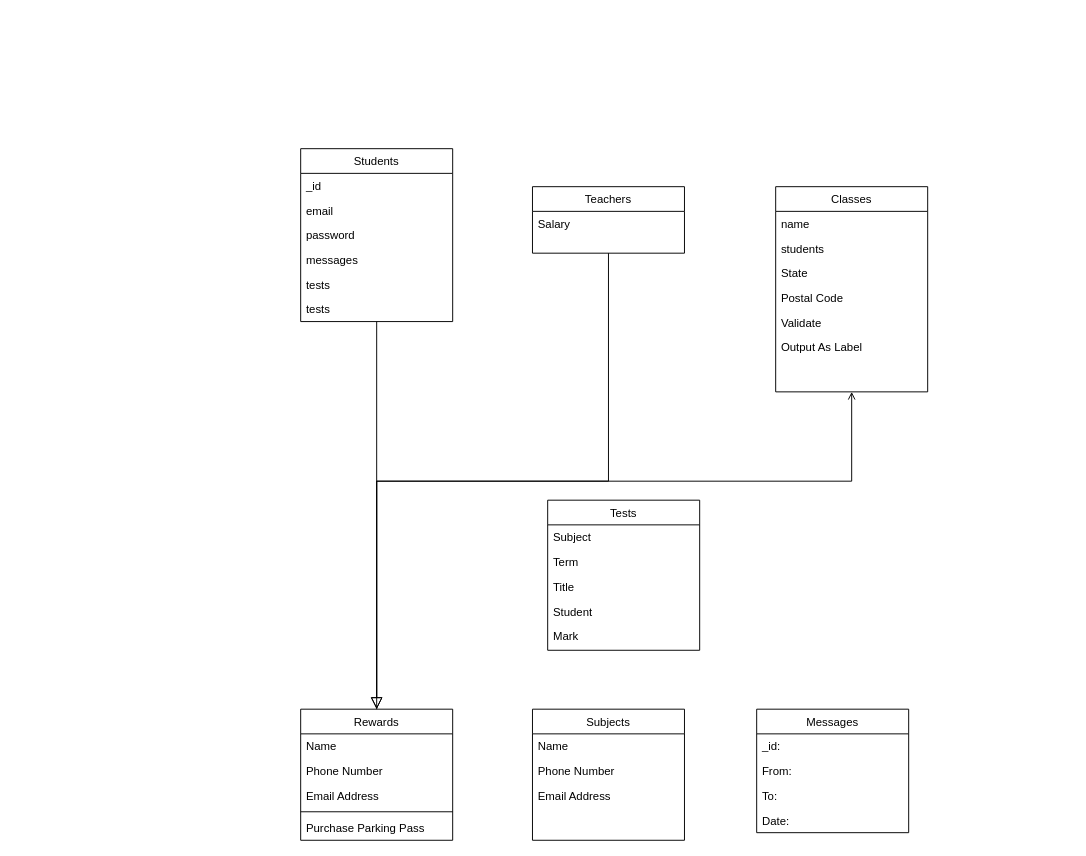
Before: Untitled Diagram.drawio in adrian-diez/Funification, a draw.io diagram. Source tidied: cells renumbered, new cells numbered last; positions are measured from the earlier drawing's top-left corner, leaving out a move shared by most shapes. Both pictures are drawn from the tidied source at 95%, with x=0, y=0 at pixel (300, 148).
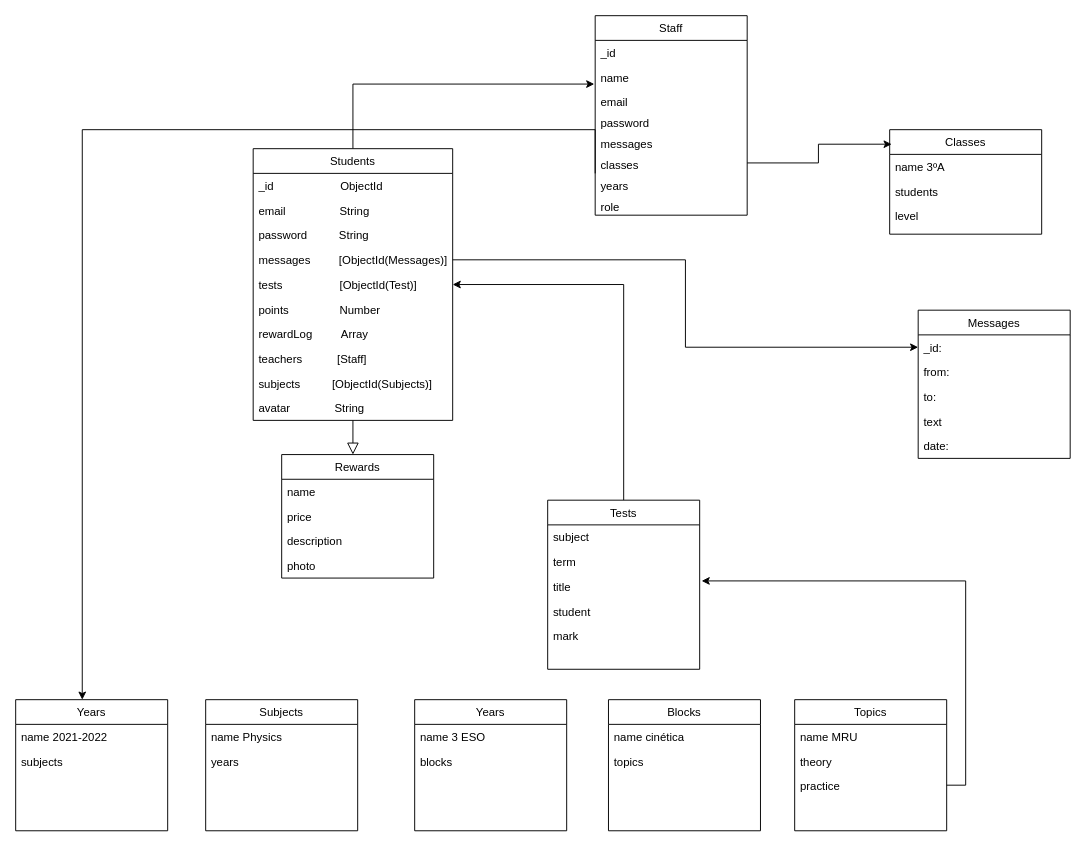
The same page after the edit.

Unchanged cells that the change refers to:
```xml
<mxCell id="32" value="_id:" style="text;align=left;verticalAlign=top;spacingLeft=4;spacingRight=4;overflow=hidden;points=[[0,0.5],[1,0.5]];portConstraint=eastwest;rounded=0;shadow=0;html=0;" parent="31" vertex="1">
  <mxGeometry y="26" width="160" height="26" as="geometry" />
</mxCell>
```

Change to the diagram source:
```diff
@@
     <mxCell id="2" value="Rewards" style="swimlane;fontStyle=0;align=center;verticalAlign=top;horizontal=1;startSize=26;rounded=0;shadow=0;strokeWidth=1;" parent="1" vertex="1">
-      <mxGeometry y="590" width="160" height="138" as="geometry" />
+      <mxGeometry x="-20" y="322" width="160" height="130" as="geometry" />
     </mxCell>
+    <mxCell id="42" value="name" style="text;align=left;verticalAlign=top;spacingLeft=4;spacingRight=4;overflow=hidden;" parent="2" vertex="1">
+      <mxGeometry y="26" width="160" height="26" as="geometry" />
+    </mxCell>
-    <mxCell id="3" value="Name" style="text;align=left;verticalAlign=top;spacingLeft=4;spacingRight=4;overflow=hidden;" parent="2" vertex="1">
-      <mxGeometry y="26" width="160" height="26" as="geometry" />
+    <mxCell id="3" value="price" style="text;align=left;verticalAlign=top;spacingLeft=4;spacingRight=4;overflow=hidden;" parent="2" vertex="1">
+      <mxGeometry y="52" width="160" height="26" as="geometry" />
     </mxCell>
-    <mxCell id="4" value="Phone Number" style="text;align=left;verticalAlign=top;spacingLeft=4;spacingRight=4;overflow=hidden;rounded=0;shadow=0;html=0;" parent="2" vertex="1">
-      <mxGeometry y="52" width="160" height="26" as="geometry" />
-    </mxCell>
-    <mxCell id="5" value="Email Address" style="text;align=left;verticalAlign=top;spacingLeft=4;spacingRight=4;overflow=hidden;rounded=0;shadow=0;html=0;" parent="2" vertex="1">
-      <mxGeometry y="78" width="160" height="26" as="geometry" />
-    </mxCell>
-    <mxCell id="6" style="line;html=1;strokeWidth=1;align=left;verticalAlign=middle;spacingTop=-1;spacingLeft=3;spacingRight=3;labelPosition=right;" parent="2" vertex="1">
-      <mxGeometry y="104" width="160" height="8" as="geometry" />
-    </mxCell>
-    <mxCell id="7" value="Purchase Parking Pass" style="text;align=left;verticalAlign=top;spacingLeft=4;spacingRight=4;overflow=hidden;" parent="2" vertex="1">
-      <mxGeometry y="112" width="160" height="26" as="geometry" />
-    </mxCell>
+    <mxCell id="43" value="description" style="text;align=left;verticalAlign=top;spacingLeft=4;spacingRight=4;overflow=hidden;" parent="2" vertex="1">
+      <mxGeometry y="78" width="160" height="26" as="geometry" />
+    </mxCell>
+    <mxCell id="44" value="photo" style="text;align=left;verticalAlign=top;spacingLeft=4;spacingRight=4;overflow=hidden;" parent="2" vertex="1">
+      <mxGeometry y="104" width="160" height="26" as="geometry" />
+    </mxCell>
+    <mxCell id="45" style="edgeStyle=orthogonalEdgeStyle;rounded=0;jettySize=auto;html=1;entryX=-0.006;entryY=0.769;entryDx=0;entryDy=0;entryPerimeter=0;" parent="1" edge="1" source="8" target="52">
+      <mxGeometry relative="1" as="geometry" />
+    </mxCell>
     <mxCell id="8" value="Students" style="swimlane;fontStyle=0;align=center;verticalAlign=top;horizontal=1;startSize=26;rounded=0;shadow=0;strokeWidth=1;" parent="1" vertex="1">
-      <mxGeometry width="160" height="182" as="geometry" />
+      <mxGeometry x="-50" width="210" height="286" as="geometry" />
     </mxCell>
-    <mxCell id="9" value="_id" style="text;align=left;verticalAlign=top;spacingLeft=4;spacingRight=4;overflow=hidden;" parent="8" vertex="1">
-      <mxGeometry y="26" width="160" height="26" as="geometry" />
+    <mxCell id="9" value="_id                     ObjectId" style="text;align=left;verticalAlign=top;spacingLeft=4;spacingRight=4;overflow=hidden;" parent="8" vertex="1">
+      <mxGeometry y="26" width="210" height="26" as="geometry" />
     </mxCell>
-    <mxCell id="10" value="email" style="text;align=left;verticalAlign=top;spacingLeft=4;spacingRight=4;overflow=hidden;rounded=0;shadow=0;html=0;" parent="8" vertex="1">
-      <mxGeometry y="52" width="160" height="26" as="geometry" />
+    <mxCell id="10" value="email                 String" style="text;align=left;verticalAlign=top;spacingLeft=4;spacingRight=4;overflow=hidden;rounded=0;shadow=0;html=0;" parent="8" vertex="1">
+      <mxGeometry y="52" width="210" height="26" as="geometry" />
     </mxCell>
-    <mxCell id="11" value="password" style="text;align=left;verticalAlign=top;spacingLeft=4;spacingRight=4;overflow=hidden;rounded=0;shadow=0;html=0;" parent="8" vertex="1">
-      <mxGeometry y="78" width="160" height="26" as="geometry" />
+    <mxCell id="11" value="password          String" style="text;align=left;verticalAlign=top;spacingLeft=4;spacingRight=4;overflow=hidden;rounded=0;shadow=0;html=0;" parent="8" vertex="1">
+      <mxGeometry y="78" width="210" height="26" as="geometry" />
     </mxCell>
-    <mxCell id="12" value="messages" style="text;align=left;verticalAlign=top;spacingLeft=4;spacingRight=4;overflow=hidden;points=[[0,0.5],[1,0.5]];portConstraint=eastwest;rounded=0;shadow=0;html=0;" parent="8" vertex="1">
-      <mxGeometry y="104" width="160" height="26" as="geometry" />
+    <mxCell id="12" value="messages         [ObjectId(Messages)]" style="text;align=left;verticalAlign=top;spacingLeft=4;spacingRight=4;overflow=hidden;points=[[0,0.5],[1,0.5]];portConstraint=eastwest;rounded=0;shadow=0;html=0;" parent="8" vertex="1">
+      <mxGeometry y="104" width="210" height="26" as="geometry" />
     </mxCell>
+    <mxCell id="46" value="tests                  [ObjectId(Test)]" style="text;align=left;verticalAlign=top;spacingLeft=4;spacingRight=4;overflow=hidden;points=[[0,0.5],[1,0.5]];portConstraint=eastwest;rounded=0;shadow=0;html=0;" parent="8" vertex="1">
+      <mxGeometry y="130" width="210" height="26" as="geometry" />
+    </mxCell>
+    <mxCell id="47" value="points                Number" style="text;align=left;verticalAlign=top;spacingLeft=4;spacingRight=4;overflow=hidden;rounded=0;shadow=0;html=0;" parent="8" vertex="1">
+      <mxGeometry y="156" width="210" height="26" as="geometry" />
+    </mxCell>
-    <mxCell id="13" value="tests" style="text;align=left;verticalAlign=top;spacingLeft=4;spacingRight=4;overflow=hidden;rounded=0;shadow=0;html=0;" parent="8" vertex="1">
-      <mxGeometry y="130" width="160" height="26" as="geometry" />
+    <mxCell id="13" value="rewardLog         Array" style="text;align=left;verticalAlign=top;spacingLeft=4;spacingRight=4;overflow=hidden;rounded=0;shadow=0;html=0;" parent="8" vertex="1">
+      <mxGeometry y="182" width="210" height="26" as="geometry" />
     </mxCell>
-    <mxCell id="14" value="tests" style="text;align=left;verticalAlign=top;spacingLeft=4;spacingRight=4;overflow=hidden;rounded=0;shadow=0;html=0;" parent="8" vertex="1">
-      <mxGeometry y="156" width="160" height="26" as="geometry" />
-    </mxCell>
+    <mxCell id="48" value="teachers           [Staff]" style="text;align=left;verticalAlign=top;spacingLeft=4;spacingRight=4;overflow=hidden;rounded=0;shadow=0;html=0;" parent="8" vertex="1">
+      <mxGeometry y="208" width="210" height="26" as="geometry" />
+    </mxCell>
+    <mxCell id="49" value="subjects          [ObjectId(Subjects)]" style="text;align=left;verticalAlign=top;spacingLeft=4;spacingRight=4;overflow=hidden;rounded=0;shadow=0;html=0;" parent="8" vertex="1">
+      <mxGeometry y="234" width="210" height="26" as="geometry" />
+    </mxCell>
+    <mxCell id="50" value="avatar              String" style="text;align=left;verticalAlign=top;spacingLeft=4;spacingRight=4;overflow=hidden;rounded=0;shadow=0;html=0;" parent="8" vertex="1">
+      <mxGeometry y="260" width="210" height="26" as="geometry" />
+    </mxCell>
     <mxCell id="15" style="endArrow=block;endSize=10;endFill=0;shadow=0;strokeWidth=1;rounded=0;edgeStyle=elbowEdgeStyle;elbow=vertical;" parent="1" edge="1" source="8" target="2">
-      <mxGeometry relative="1" as="geometry" />
+      <mxGeometry relative="1" as="geometry">
+        <Array as="points">
+          <mxPoint x="50" y="200" />
+        </Array>
+      </mxGeometry>
     </mxCell>
-    <mxCell id="16" value="Teachers" style="swimlane;fontStyle=0;align=center;verticalAlign=top;horizontal=1;startSize=26;rounded=0;shadow=0;strokeWidth=1;" parent="1" vertex="1">
-      <mxGeometry x="244" y="40" width="160" height="70" as="geometry" />
+    <mxCell id="16" value="Staff" style="swimlane;fontStyle=0;align=center;verticalAlign=top;horizontal=1;startSize=26;rounded=0;shadow=0;strokeWidth=1;" parent="1" vertex="1">
+      <mxGeometry x="310" y="-140" width="160" height="210" as="geometry" />
     </mxCell>
-    <mxCell id="17" value="Salary" style="text;align=left;verticalAlign=top;spacingLeft=4;spacingRight=4;overflow=hidden;" parent="16" vertex="1">
-      <mxGeometry y="26" width="160" height="26" as="geometry" />
-    </mxCell>
-    <mxCell id="18" style="endArrow=block;endSize=10;endFill=0;shadow=0;strokeWidth=1;rounded=0;edgeStyle=elbowEdgeStyle;elbow=vertical;" parent="1" edge="1" source="16" target="2">
-      <mxGeometry relative="1" as="geometry" />
-    </mxCell>
+    <mxCell id="51" value="_id" style="text;align=left;verticalAlign=top;spacingLeft=4;spacingRight=4;overflow=hidden;rounded=0;shadow=0;html=0;" parent="16" vertex="1">
+      <mxGeometry y="26" width="160" height="26" as="geometry" />
+    </mxCell>
+    <mxCell id="52" value="name" style="text;align=left;verticalAlign=top;spacingLeft=4;spacingRight=4;overflow=hidden;points=[[0,0.5],[1,0.5]];portConstraint=eastwest;rounded=0;shadow=0;html=0;" parent="16" vertex="1">
+      <mxGeometry y="52" width="160" height="26" as="geometry" />
+    </mxCell>
+    <mxCell id="53" value="email" style="text;align=left;verticalAlign=top;spacingLeft=4;spacingRight=4;overflow=hidden;rounded=0;shadow=0;html=0;" parent="16" vertex="1">
+      <mxGeometry y="78" width="160" height="22" as="geometry" />
+    </mxCell>
+    <mxCell id="54" value="password" style="text;align=left;verticalAlign=top;spacingLeft=4;spacingRight=4;overflow=hidden;rounded=0;shadow=0;html=0;" parent="16" vertex="1">
+      <mxGeometry y="100" width="160" height="22" as="geometry" />
+    </mxCell>
+    <mxCell id="55" value="messages" style="text;align=left;verticalAlign=top;spacingLeft=4;spacingRight=4;overflow=hidden;rounded=0;shadow=0;html=0;" parent="16" vertex="1">
+      <mxGeometry y="122" width="160" height="22" as="geometry" />
+    </mxCell>
+    <mxCell id="56" value="classes" style="text;align=left;verticalAlign=top;spacingLeft=4;spacingRight=4;overflow=hidden;points=[[0,0.5],[1,0.5]];portConstraint=eastwest;rounded=0;shadow=0;html=0;" parent="16" vertex="1">
+      <mxGeometry y="144" width="160" height="22" as="geometry" />
+    </mxCell>
+    <mxCell id="57" value="years" style="text;align=left;verticalAlign=top;spacingLeft=4;spacingRight=4;overflow=hidden;points=[[0,0.5],[1,0.5]];portConstraint=eastwest;rounded=0;shadow=0;html=0;" parent="16" vertex="1">
+      <mxGeometry y="166" width="160" height="22" as="geometry" />
+    </mxCell>
+    <mxCell id="58" value="role" style="text;align=left;verticalAlign=top;spacingLeft=4;spacingRight=4;overflow=hidden;rounded=0;shadow=0;html=0;" parent="16" vertex="1">
+      <mxGeometry y="188" width="160" height="22" as="geometry" />
+    </mxCell>
     <mxCell id="19" value="Classes" style="swimlane;fontStyle=0;align=center;verticalAlign=top;horizontal=1;startSize=26;rounded=0;shadow=0;strokeWidth=1;" parent="1" vertex="1">
-      <mxGeometry x="500" y="40" width="160" height="216" as="geometry" />
+      <mxGeometry x="620" y="-20" width="160" height="110" as="geometry" />
     </mxCell>
-    <mxCell id="20" value="name" style="text;align=left;verticalAlign=top;spacingLeft=4;spacingRight=4;overflow=hidden;" parent="19" vertex="1">
+    <mxCell id="20" value="name 3ºA" style="text;align=left;verticalAlign=top;spacingLeft=4;spacingRight=4;overflow=hidden;" parent="19" vertex="1">
       <mxGeometry y="26" width="160" height="26" as="geometry" />
     </mxCell>
@@
-    <mxCell id="22" value="State" style="text;align=left;verticalAlign=top;spacingLeft=4;spacingRight=4;overflow=hidden;rounded=0;shadow=0;html=0;" parent="19" vertex="1">
-      <mxGeometry y="78" width="160" height="26" as="geometry" />
-    </mxCell>
-    <mxCell id="23" value="Postal Code" style="text;align=left;verticalAlign=top;spacingLeft=4;spacingRight=4;overflow=hidden;rounded=0;shadow=0;html=0;" parent="19" vertex="1">
-      <mxGeometry y="104" width="160" height="26" as="geometry" />
-    </mxCell>
-    <mxCell id="24" value="Validate" style="text;align=left;verticalAlign=top;spacingLeft=4;spacingRight=4;overflow=hidden;" parent="19" vertex="1">
-      <mxGeometry y="130" width="160" height="26" as="geometry" />
-    </mxCell>
-    <mxCell id="25" value="Output As Label" style="text;align=left;verticalAlign=top;spacingLeft=4;spacingRight=4;overflow=hidden;" parent="19" vertex="1">
-      <mxGeometry y="156" width="160" height="26" as="geometry" />
-    </mxCell>
-    <mxCell id="26" style="endArrow=open;shadow=0;strokeWidth=1;rounded=0;endFill=1;edgeStyle=elbowEdgeStyle;elbow=vertical;" parent="1" edge="1" source="2" target="19">
-      <mxGeometry x="0.5" y="41" relative="1" as="geometry">
-        <Array as="points">
-          <mxPoint x="420" y="350" />
-        </Array>
-        <mxPoint x="-40" y="32" as="offset" />
-      </mxGeometry>
-    </mxCell>
+    <mxCell id="59" value="level" style="text;align=left;verticalAlign=top;spacingLeft=4;spacingRight=4;overflow=hidden;rounded=0;shadow=0;html=0;" parent="19" vertex="1">
+      <mxGeometry y="78" width="160" height="26" as="geometry" />
+    </mxCell>
     <mxCell id="27" value="Subjects" style="swimlane;fontStyle=0;align=center;verticalAlign=top;horizontal=1;startSize=26;rounded=0;shadow=0;strokeWidth=1;" parent="1" vertex="1">
-      <mxGeometry x="244" y="590" width="160" height="138" as="geometry" />
+      <mxGeometry x="-100" y="580" width="160" height="138" as="geometry" />
     </mxCell>
-    <mxCell id="28" value="Name" style="text;align=left;verticalAlign=top;spacingLeft=4;spacingRight=4;overflow=hidden;" parent="27" vertex="1">
+    <mxCell id="28" value="name Physics" style="text;align=left;verticalAlign=top;spacingLeft=4;spacingRight=4;overflow=hidden;" parent="27" vertex="1">
       <mxGeometry y="26" width="160" height="26" as="geometry" />
     </mxCell>
-    <mxCell id="29" value="Phone Number" style="text;align=left;verticalAlign=top;spacingLeft=4;spacingRight=4;overflow=hidden;rounded=0;shadow=0;html=0;" parent="27" vertex="1">
-      <mxGeometry y="52" width="160" height="26" as="geometry" />
-    </mxCell>
-    <mxCell id="30" value="Email Address" style="text;align=left;verticalAlign=top;spacingLeft=4;spacingRight=4;overflow=hidden;rounded=0;shadow=0;html=0;" parent="27" vertex="1">
-      <mxGeometry y="78" width="160" height="26" as="geometry" />
-    </mxCell>
+    <mxCell id="60" value="years" style="text;align=left;verticalAlign=top;spacingLeft=4;spacingRight=4;overflow=hidden;" parent="27" vertex="1">
+      <mxGeometry y="52" width="160" height="26" as="geometry" />
+    </mxCell>
     <mxCell id="31" value="Messages" style="swimlane;fontStyle=0;align=center;verticalAlign=top;horizontal=1;startSize=26;rounded=0;shadow=0;strokeWidth=1;" parent="1" vertex="1">
-      <mxGeometry x="480" y="590" width="160" height="130" as="geometry" />
+      <mxGeometry x="650" y="170" width="160" height="156" as="geometry" />
     </mxCell>
@@
-    <mxCell id="33" value="From:" style="text;align=left;verticalAlign=top;spacingLeft=4;spacingRight=4;overflow=hidden;" parent="31" vertex="1">
+    <mxCell id="33" value="from:" style="text;align=left;verticalAlign=top;spacingLeft=4;spacingRight=4;overflow=hidden;" parent="31" vertex="1">
       <mxGeometry y="52" width="160" height="26" as="geometry" />
     </mxCell>
-    <mxCell id="34" value="To:" style="text;align=left;verticalAlign=top;spacingLeft=4;spacingRight=4;overflow=hidden;rounded=0;shadow=0;html=0;" parent="31" vertex="1">
+    <mxCell id="34" value="to:" style="text;align=left;verticalAlign=top;spacingLeft=4;spacingRight=4;overflow=hidden;rounded=0;shadow=0;html=0;" parent="31" vertex="1">
       <mxGeometry y="78" width="160" height="26" as="geometry" />
     </mxCell>
+    <mxCell id="61" value="text" style="text;align=left;verticalAlign=top;spacingLeft=4;spacingRight=4;overflow=hidden;rounded=0;shadow=0;html=0;" parent="31" vertex="1">
+      <mxGeometry y="104" width="160" height="26" as="geometry" />
+    </mxCell>
-    <mxCell id="35" value="Date:" style="text;align=left;verticalAlign=top;spacingLeft=4;spacingRight=4;overflow=hidden;rounded=0;shadow=0;html=0;" parent="31" vertex="1">
-      <mxGeometry y="104" width="160" height="26" as="geometry" />
+    <mxCell id="35" value="date:" style="text;align=left;verticalAlign=top;spacingLeft=4;spacingRight=4;overflow=hidden;rounded=0;shadow=0;html=0;" parent="31" vertex="1">
+      <mxGeometry y="130" width="160" height="26" as="geometry" />
     </mxCell>
+    <mxCell id="62" style="edgeStyle=orthogonalEdgeStyle;rounded=0;jettySize=auto;html=1;entryX=1;entryY=0.5;entryDx=0;entryDy=0;" parent="1" edge="1" source="36" target="46">
+      <mxGeometry relative="1" as="geometry">
+        <Array as="points">
+          <mxPoint x="340" y="143" />
+        </Array>
+      </mxGeometry>
+    </mxCell>
     <mxCell id="36" value="Tests" style="swimlane;fontStyle=0;align=center;verticalAlign=top;horizontal=1;startSize=26;rounded=0;shadow=0;strokeWidth=1;" parent="1" vertex="1">
-      <mxGeometry x="260" y="370" width="160" height="158" as="geometry" />
+      <mxGeometry x="260" y="370" width="160" height="178" as="geometry" />
     </mxCell>
-    <mxCell id="37" value="Subject" style="text;align=left;verticalAlign=top;spacingLeft=4;spacingRight=4;overflow=hidden;rounded=0;shadow=0;html=0;" parent="36" vertex="1">
+    <mxCell id="37" value="subject" style="text;align=left;verticalAlign=top;spacingLeft=4;spacingRight=4;overflow=hidden;rounded=0;shadow=0;html=0;" parent="36" vertex="1">
       <mxGeometry y="26" width="160" height="26" as="geometry" />
     </mxCell>
-    <mxCell id="38" value="Term" style="text;align=left;verticalAlign=top;spacingLeft=4;spacingRight=4;overflow=hidden;rounded=0;shadow=0;html=0;" parent="36" vertex="1">
+    <mxCell id="38" value="term" style="text;align=left;verticalAlign=top;spacingLeft=4;spacingRight=4;overflow=hidden;rounded=0;shadow=0;html=0;" parent="36" vertex="1">
       <mxGeometry y="52" width="160" height="26" as="geometry" />
     </mxCell>
-    <mxCell id="39" value="Title" style="text;align=left;verticalAlign=top;spacingLeft=4;spacingRight=4;overflow=hidden;points=[[0,0.5],[1,0.5]];portConstraint=eastwest;" parent="36" vertex="1">
+    <mxCell id="39" value="title" style="text;align=left;verticalAlign=top;spacingLeft=4;spacingRight=4;overflow=hidden;points=[[0,0.5],[1,0.5]];portConstraint=eastwest;" parent="36" vertex="1">
       <mxGeometry y="78" width="160" height="26" as="geometry" />
     </mxCell>
-    <mxCell id="40" value="Student" style="text;align=left;verticalAlign=top;spacingLeft=4;spacingRight=4;overflow=hidden;rounded=0;shadow=0;html=0;" parent="36" vertex="1">
+    <mxCell id="40" value="student" style="text;align=left;verticalAlign=top;spacingLeft=4;spacingRight=4;overflow=hidden;rounded=0;shadow=0;html=0;" parent="36" vertex="1">
       <mxGeometry y="104" width="160" height="26" as="geometry" />
     </mxCell>
-    <mxCell id="41" value="Mark" style="text;align=left;verticalAlign=top;spacingLeft=4;spacingRight=4;overflow=hidden;rounded=0;shadow=0;html=0;" parent="36" vertex="1">
+    <mxCell id="41" value="mark" style="text;align=left;verticalAlign=top;spacingLeft=4;spacingRight=4;overflow=hidden;rounded=0;shadow=0;html=0;" parent="36" vertex="1">
       <mxGeometry y="130" width="160" height="26" as="geometry" />
     </mxCell>
+    <mxCell id="63" value="Years" style="swimlane;fontStyle=0;align=center;verticalAlign=top;horizontal=1;startSize=26;rounded=0;shadow=0;strokeWidth=1;" parent="1" vertex="1">
+      <mxGeometry x="-300" y="580" width="160" height="138" as="geometry" />
+    </mxCell>
+    <mxCell id="64" value="name 2021-2022" style="text;align=left;verticalAlign=top;spacingLeft=4;spacingRight=4;overflow=hidden;" parent="63" vertex="1">
+      <mxGeometry y="26" width="160" height="26" as="geometry" />
+    </mxCell>
+    <mxCell id="65" value="subjects" style="text;align=left;verticalAlign=top;spacingLeft=4;spacingRight=4;overflow=hidden;" parent="63" vertex="1">
+      <mxGeometry y="52" width="160" height="26" as="geometry" />
+    </mxCell>
+    <mxCell id="66" value="Blocks" style="swimlane;fontStyle=0;align=center;verticalAlign=top;horizontal=1;startSize=26;rounded=0;shadow=0;strokeWidth=1;" parent="1" vertex="1">
+      <mxGeometry x="324" y="580" width="160" height="138" as="geometry" />
+    </mxCell>
+    <mxCell id="67" value="name cinética" style="text;align=left;verticalAlign=top;spacingLeft=4;spacingRight=4;overflow=hidden;" parent="66" vertex="1">
+      <mxGeometry y="26" width="160" height="26" as="geometry" />
+    </mxCell>
+    <mxCell id="68" value="topics" style="text;align=left;verticalAlign=top;spacingLeft=4;spacingRight=4;overflow=hidden;" parent="66" vertex="1">
+      <mxGeometry y="52" width="160" height="26" as="geometry" />
+    </mxCell>
+    <mxCell id="69" style="edgeStyle=orthogonalEdgeStyle;rounded=0;jettySize=auto;html=1;entryX=1.013;entryY=0.269;entryDx=0;entryDy=0;entryPerimeter=0;" parent="1" edge="1" source="70" target="39">
+      <mxGeometry relative="1" as="geometry">
+        <Array as="points">
+          <mxPoint x="700" y="670" />
+          <mxPoint x="700" y="455" />
+        </Array>
+      </mxGeometry>
+    </mxCell>
+    <mxCell id="70" value="Topics" style="swimlane;fontStyle=0;align=center;verticalAlign=top;horizontal=1;startSize=26;rounded=0;shadow=0;strokeWidth=1;" parent="1" vertex="1">
+      <mxGeometry x="520" y="580" width="160" height="138" as="geometry" />
+    </mxCell>
+    <mxCell id="71" value="name MRU" style="text;align=left;verticalAlign=top;spacingLeft=4;spacingRight=4;overflow=hidden;" parent="70" vertex="1">
+      <mxGeometry y="26" width="160" height="26" as="geometry" />
+    </mxCell>
+    <mxCell id="72" value="theory" style="text;align=left;verticalAlign=top;spacingLeft=4;spacingRight=4;overflow=hidden;" parent="70" vertex="1">
+      <mxGeometry y="52" width="160" height="26" as="geometry" />
+    </mxCell>
+    <mxCell id="73" value="practice" style="text;align=left;verticalAlign=top;spacingLeft=4;spacingRight=4;overflow=hidden;" parent="70" vertex="1">
+      <mxGeometry y="78" width="160" height="26" as="geometry" />
+    </mxCell>
+    <mxCell id="74" style="edgeStyle=orthogonalEdgeStyle;rounded=0;jettySize=auto;html=1;entryX=0.013;entryY=0.139;entryDx=0;entryDy=0;entryPerimeter=0;" parent="1" edge="1" source="56" target="19">
+      <mxGeometry relative="1" as="geometry" />
+    </mxCell>
+    <mxCell id="75" value="Years" style="swimlane;fontStyle=0;align=center;verticalAlign=top;horizontal=1;startSize=26;rounded=0;shadow=0;strokeWidth=1;" parent="1" vertex="1">
+      <mxGeometry x="120" y="580" width="160" height="138" as="geometry" />
+    </mxCell>
+    <mxCell id="76" value="name 3 ESO" style="text;align=left;verticalAlign=top;spacingLeft=4;spacingRight=4;overflow=hidden;" parent="75" vertex="1">
+      <mxGeometry y="26" width="160" height="26" as="geometry" />
+    </mxCell>
+    <mxCell id="77" value="blocks" style="text;align=left;verticalAlign=top;spacingLeft=4;spacingRight=4;overflow=hidden;" parent="75" vertex="1">
+      <mxGeometry y="52" width="160" height="26" as="geometry" />
+    </mxCell>
+    <mxCell id="78" style="edgeStyle=orthogonalEdgeStyle;rounded=0;jettySize=auto;html=1;entryX=0.438;entryY=0;entryDx=0;entryDy=0;entryPerimeter=0;" parent="1" edge="1" source="57" target="63">
+      <mxGeometry relative="1" as="geometry">
+        <Array as="points">
+          <mxPoint x="310" y="-20" />
+          <mxPoint x="-230" y="-20" />
+        </Array>
+      </mxGeometry>
+    </mxCell>
+    <mxCell id="79" style="edgeStyle=orthogonalEdgeStyle;rounded=0;jettySize=auto;html=1;entryX=0;entryY=0.5;entryDx=0;entryDy=0;" parent="1" edge="1" source="12" target="32">
+      <mxGeometry relative="1" as="geometry" />
+    </mxCell>
```
